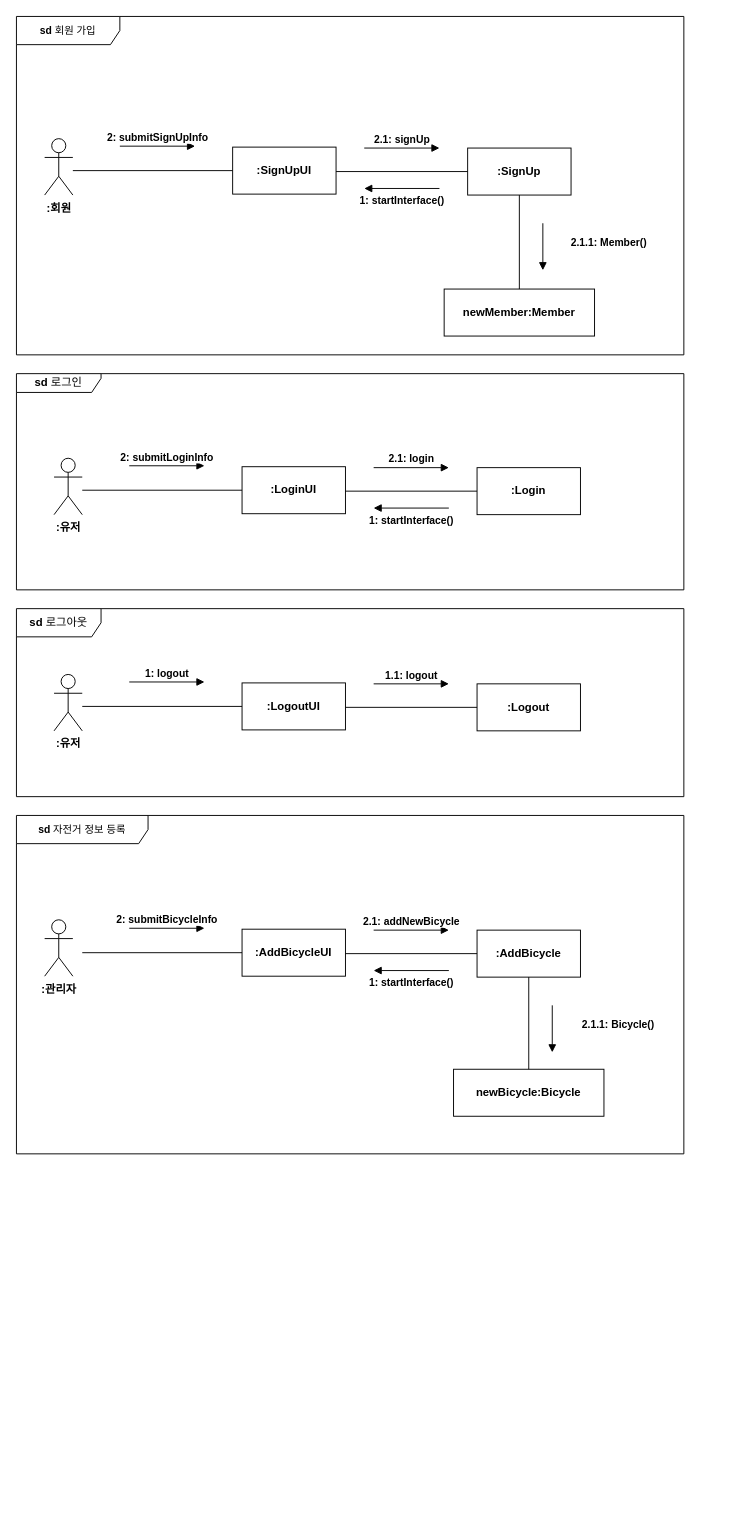
Earlier version of the draw.io diagram HW2-1/communication diagram.drawio (hoyun06/2025-hongik-se-hw-2). Source tidied: cells renumbered, new cells numbered last; positions are measured from the earlier drawing's top-left corner, leaving out a move shared by most shapes. Both pictures are drawn from the tidied source at 94%, with x=0, y=0 at pixel (16, 16).
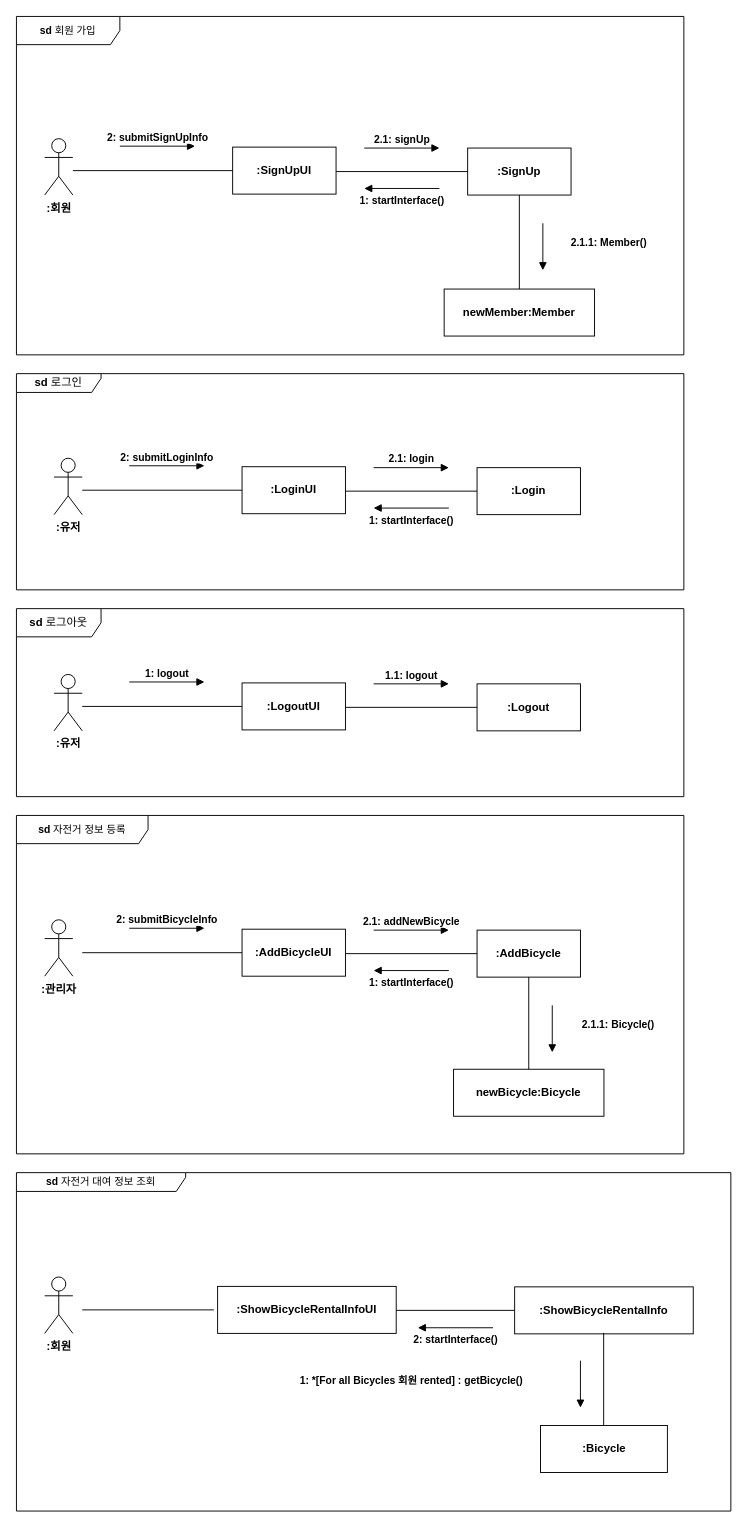
Above is the later version.

Commit message:
[HW2-1] communication diagram에 '자전거 대여 정보 조회' 추가

The edit, as a diff of the source:
```diff
@@
+    <mxCell id="43" value="&lt;font style=&quot;font-size: 11px;&quot;&gt;&lt;b&gt;sd &lt;/b&gt;&lt;font style=&quot;&quot;&gt;자전거 대여 정보 조회&lt;/font&gt;&lt;/font&gt;" style="shape=umlFrame;whiteSpace=wrap;html=1;width=180;height=20;" parent="1" vertex="1">
+      <mxGeometry y="1230" width="760" height="360" as="geometry" />
+    </mxCell>
+    <mxCell id="44" value="&lt;b&gt;:ShowBicycleRentalInfo&lt;/b&gt;" style="html=1;whiteSpace=wrap;" parent="1" vertex="1">
+      <mxGeometry x="530" y="1351.5" width="190" height="50" as="geometry" />
+    </mxCell>
+    <mxCell id="45" value="&lt;b&gt;:ShowBicycleRentalInfoUI&lt;/b&gt;" style="html=1;whiteSpace=wrap;" parent="1" vertex="1">
+      <mxGeometry x="214" y="1351" width="190" height="50" as="geometry" />
+    </mxCell>
+    <mxCell id="46" style="line;strokeWidth=1;fillColor=none;align=left;verticalAlign=middle;spacingTop=-1;spacingLeft=3;spacingRight=3;labelPosition=right;strokeColor=inherit;" parent="1" vertex="1">
+      <mxGeometry x="70" y="1372" width="140" height="8" as="geometry" />
+    </mxCell>
+    <mxCell id="47" style="line;strokeWidth=1;fillColor=none;align=left;verticalAlign=middle;spacingTop=-1;spacingLeft=3;spacingRight=3;labelPosition=right;strokeColor=inherit;" parent="1" vertex="1">
+      <mxGeometry x="404" y="1372.5" width="126" height="8" as="geometry" />
+    </mxCell>
+    <mxCell id="48" value="&lt;b&gt;2: startInterface()&lt;/b&gt;" style="html=1;verticalAlign=bottom;endArrow=block;curved=0;rounded=0;" parent="1" edge="1">
+      <mxGeometry y="22" relative="1" as="geometry">
+        <mxPoint x="507" y="1395" as="sourcePoint" />
+        <mxPoint x="427" y="1395" as="targetPoint" />
+      </mxGeometry>
+    </mxCell>
+    <mxCell id="49" style="endArrow=none;html=1;rounded=0;exitX=0.5;exitY=0;exitDx=0;exitDy=0;" parent="1" edge="1">
+      <mxGeometry relative="1" as="geometry">
+        <mxPoint x="624.7" y="1500.5" as="sourcePoint" />
+        <mxPoint x="624.7" y="1400.5" as="targetPoint" />
+      </mxGeometry>
+    </mxCell>
+    <mxCell id="50" value="&lt;b&gt;1: *[For all Bicycles 회원 rented] : getBicycle()&lt;/b&gt;" style="html=1;verticalAlign=bottom;endArrow=block;curved=0;rounded=0;" parent="1" edge="1">
+      <mxGeometry x="0.2" y="-180" relative="1" as="geometry">
+        <mxPoint x="600" y="1430" as="sourcePoint" />
+        <mxPoint x="600" y="1480" as="targetPoint" />
+      </mxGeometry>
+    </mxCell>
+    <mxCell id="51" value="&lt;b&gt;:회원&lt;/b&gt;" style="shape=umlActor;verticalLabelPosition=bottom;verticalAlign=top;html=1;" parent="1" vertex="1">
+      <mxGeometry x="30" y="1341" width="30" height="60" as="geometry" />
+    </mxCell>
+    <mxCell id="52" value="&lt;b&gt;:Bicycle&lt;/b&gt;" style="html=1;whiteSpace=wrap;" parent="1" vertex="1">
+      <mxGeometry x="557.5" y="1499" width="135" height="50" as="geometry" />
+    </mxCell>
```
